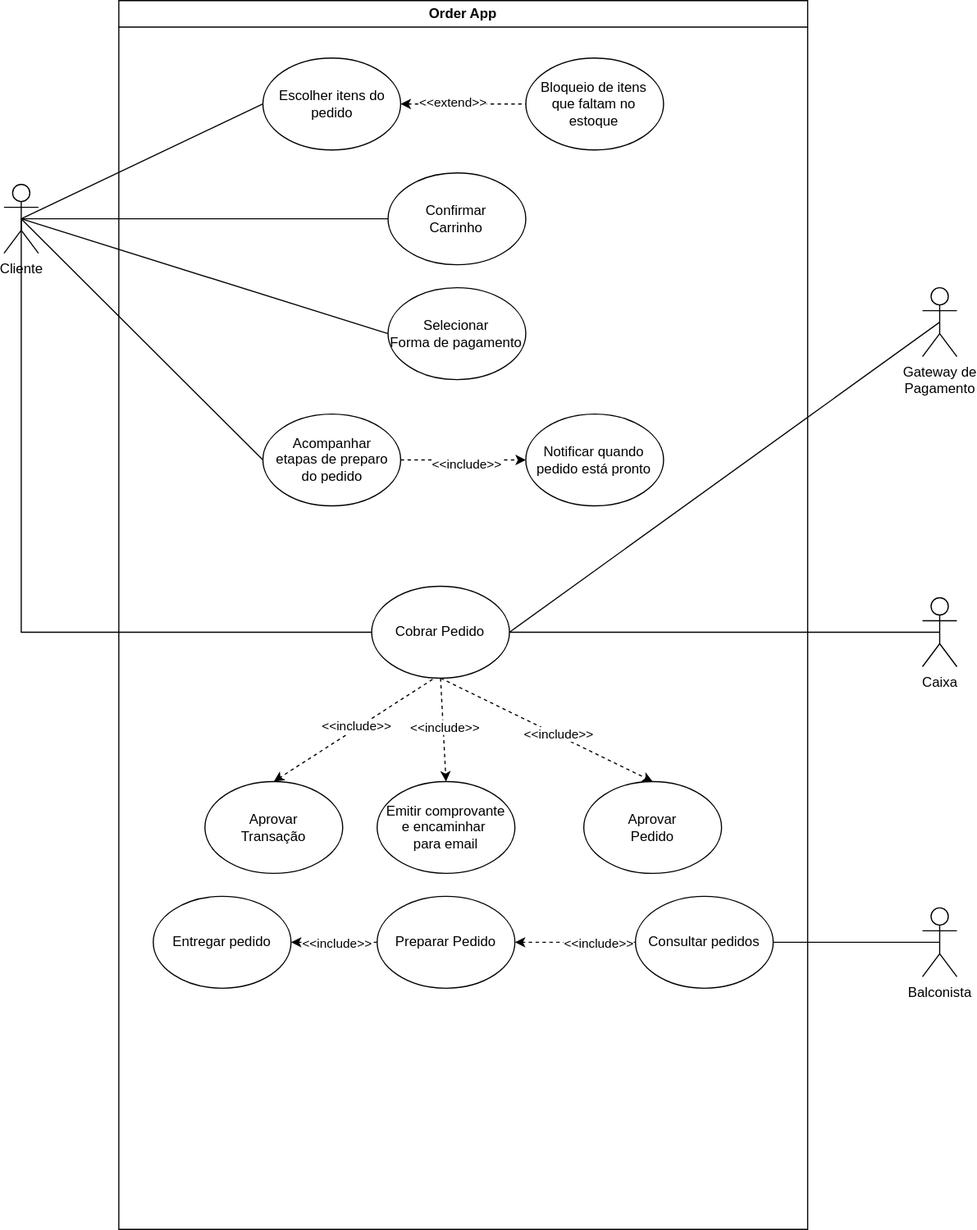
Above: Casos de uso/DG_CDU0001.svg in HenriqueAlvess33/Galeria-de-imagens (draw.io), before the change. Source tidied: cells renumbered, new cells last; positions are measured from the earlier drawing's top-left corner, leaving out a move shared by most shapes. The source it was exported from:
```xml
<mxGraphModel>
  <root>
    <mxCell id="0" />
    <mxCell id="1" parent="0" />
    <mxCell id="2" value="&lt;div&gt;Order App&lt;/div&gt;" style="swimlane;whiteSpace=wrap;html=1;" parent="1" vertex="1">
      <mxGeometry x="100" width="600" height="1070" as="geometry" />
    </mxCell>
    <mxCell id="3" value="Escolher itens do pedido" style="ellipse;whiteSpace=wrap;html=1;" parent="2" vertex="1">
      <mxGeometry x="125.5" y="50" width="120" height="80" as="geometry" />
    </mxCell>
    <mxCell id="4" value="Confirmar&lt;br&gt;Carrinho" style="ellipse;whiteSpace=wrap;html=1;" parent="2" vertex="1">
      <mxGeometry x="234.5" y="150" width="120" height="80" as="geometry" />
    </mxCell>
    <mxCell id="5" value="Cobrar Pedido" style="ellipse;whiteSpace=wrap;html=1;" parent="2" vertex="1">
      <mxGeometry x="220.2" y="510" width="120" height="80" as="geometry" />
    </mxCell>
    <mxCell id="6" value="Aprovar&lt;br&gt;Transação" style="ellipse;whiteSpace=wrap;html=1;" parent="2" vertex="1">
      <mxGeometry x="75" y="680" width="120" height="80" as="geometry" />
    </mxCell>
    <mxCell id="7" value="&lt;div&gt;Aprovar&lt;/div&gt;&lt;div&gt;Pedido&lt;/div&gt;" style="ellipse;whiteSpace=wrap;html=1;" parent="2" vertex="1">
      <mxGeometry x="405" y="680" width="120" height="80" as="geometry" />
    </mxCell>
    <mxCell id="8" style="endArrow=classic;dashed=1;html=1;rounded=0;endFill=1;exitX=0.442;exitY=1.013;exitDx=0;exitDy=0;exitPerimeter=0;entryX=0.5;entryY=0;entryDx=0;entryDy=0;" parent="2" edge="1" source="5" target="6">
      <mxGeometry relative="1" as="geometry" />
    </mxCell>
    <mxCell id="9" value="&amp;lt;&amp;lt;include&amp;gt;&amp;gt;" style="edgeLabel;html=1;align=center;verticalAlign=middle;" parent="8" vertex="1">
      <mxGeometry x="-0.05" y="-2" relative="1" as="geometry" />
    </mxCell>
    <mxCell id="10" style="endArrow=classic;dashed=1;html=1;rounded=0;endFill=1;exitX=0.5;exitY=1;exitDx=0;exitDy=0;entryX=0.5;entryY=0;entryDx=0;entryDy=0;" parent="2" edge="1" source="5" target="7">
      <mxGeometry relative="1" as="geometry" />
    </mxCell>
    <mxCell id="11" value="&amp;lt;&amp;lt;include&amp;gt;&amp;gt;" style="edgeLabel;html=1;align=center;verticalAlign=middle;" parent="10" vertex="1">
      <mxGeometry x="0.09" y="1" relative="1" as="geometry" />
    </mxCell>
    <mxCell id="12" value="&lt;div&gt;Selecionar&lt;/div&gt;&lt;div&gt;Forma de pagamento&lt;/div&gt;" style="ellipse;whiteSpace=wrap;html=1;" parent="2" vertex="1">
      <mxGeometry x="234.5" y="250" width="120" height="80" as="geometry" />
    </mxCell>
    <mxCell id="13" value="Preparar Pedido" style="ellipse;whiteSpace=wrap;html=1;" parent="2" vertex="1">
      <mxGeometry x="225" y="780" width="120" height="80" as="geometry" />
    </mxCell>
    <mxCell id="14" value="Entregar pedido" style="ellipse;whiteSpace=wrap;html=1;" parent="2" vertex="1">
      <mxGeometry x="30" y="780" width="120" height="80" as="geometry" />
    </mxCell>
    <mxCell id="15" value="&lt;div&gt;Bloqueio de itens&lt;/div&gt;&lt;div&gt;que faltam no&lt;/div&gt;&lt;div&gt;estoque&lt;/div&gt;" style="ellipse;whiteSpace=wrap;html=1;" parent="2" vertex="1">
      <mxGeometry x="354.5" y="50" width="120" height="80" as="geometry" />
    </mxCell>
    <mxCell id="16" style="endArrow=none;dashed=1;html=1;rounded=0;startArrow=classic;startFill=1;exitX=1;exitY=0.5;exitDx=0;exitDy=0;entryX=0;entryY=0.5;entryDx=0;entryDy=0;" parent="2" edge="1" source="3" target="15">
      <mxGeometry relative="1" as="geometry" />
    </mxCell>
    <mxCell id="17" value="&amp;lt;&amp;lt;extend&amp;gt;&amp;gt;" style="edgeLabel;html=1;align=center;verticalAlign=middle;" parent="16" vertex="1">
      <mxGeometry x="-0.18" y="2" relative="1" as="geometry" />
    </mxCell>
    <mxCell id="18" value="&lt;div&gt;Acompanhar&lt;/div&gt;&lt;div&gt;etapas de preparo&lt;/div&gt;&lt;div&gt;do pedido&lt;/div&gt;" style="ellipse;whiteSpace=wrap;html=1;" parent="2" vertex="1">
      <mxGeometry x="125.5" y="360" width="120" height="80" as="geometry" />
    </mxCell>
    <mxCell id="19" value="&lt;div&gt;Notificar quando&lt;/div&gt;&lt;div&gt;pedido está pronto&lt;/div&gt;" style="ellipse;whiteSpace=wrap;html=1;" parent="2" vertex="1">
      <mxGeometry x="354.5" y="360" width="120" height="80" as="geometry" />
    </mxCell>
    <mxCell id="20" style="endArrow=classic;dashed=1;html=1;rounded=0;endFill=1;exitX=1;exitY=0.5;exitDx=0;exitDy=0;entryX=0;entryY=0.5;entryDx=0;entryDy=0;" parent="2" edge="1" source="18" target="19">
      <mxGeometry relative="1" as="geometry" />
    </mxCell>
    <mxCell id="21" value="&amp;lt;&amp;lt;include&amp;gt;&amp;gt;" style="edgeLabel;html=1;align=center;verticalAlign=middle;" parent="20" vertex="1">
      <mxGeometry x="0.04" y="-3" relative="1" as="geometry" />
    </mxCell>
    <mxCell id="22" value="Consultar pedidos" style="ellipse;whiteSpace=wrap;html=1;" parent="2" vertex="1">
      <mxGeometry x="450" y="780" width="120" height="80" as="geometry" />
    </mxCell>
    <mxCell id="23" style="endArrow=classic;dashed=1;html=1;rounded=0;endFill=1;exitX=0;exitY=0.5;exitDx=0;exitDy=0;entryX=1;entryY=0.5;entryDx=0;entryDy=0;" parent="2" edge="1" source="22" target="13">
      <mxGeometry relative="1" as="geometry" />
    </mxCell>
    <mxCell id="24" value="&amp;lt;&amp;lt;include&amp;gt;&amp;gt;" style="edgeLabel;html=1;align=center;verticalAlign=middle;" parent="23" vertex="1">
      <mxGeometry x="-0.37" relative="1" as="geometry" />
    </mxCell>
    <mxCell id="25" value="&lt;div&gt;Emitir comprovante&lt;/div&gt;&lt;div&gt;e encaminhar&amp;nbsp;&lt;/div&gt;&lt;div&gt;para email&lt;/div&gt;" style="ellipse;whiteSpace=wrap;html=1;" parent="2" vertex="1">
      <mxGeometry x="225" y="680" width="120" height="80" as="geometry" />
    </mxCell>
    <mxCell id="26" style="endArrow=classic;dashed=1;html=1;rounded=0;endFill=1;exitX=0.5;exitY=1;exitDx=0;exitDy=0;entryX=0.5;entryY=0;entryDx=0;entryDy=0;" parent="2" edge="1" source="5" target="25">
      <mxGeometry relative="1" as="geometry" />
    </mxCell>
    <mxCell id="27" value="&amp;lt;&amp;lt;include&amp;gt;&amp;gt;" style="edgeLabel;html=1;align=center;verticalAlign=middle;" parent="26" vertex="1">
      <mxGeometry x="-0.06" y="1" relative="1" as="geometry" />
    </mxCell>
    <mxCell id="28" style="endArrow=classic;dashed=1;html=1;rounded=0;exitX=0;exitY=0.5;exitDx=0;exitDy=0;entryX=1;entryY=0.5;entryDx=0;entryDy=0;endFill=1;" parent="2" edge="1" source="13" target="14">
      <mxGeometry relative="1" as="geometry" />
    </mxCell>
    <mxCell id="29" value="&amp;lt;&amp;lt;include&amp;gt;&amp;gt;" style="edgeLabel;html=1;align=center;verticalAlign=middle;" parent="28" vertex="1">
      <mxGeometry x="-0.07" relative="1" as="geometry" />
    </mxCell>
    <mxCell id="30" value="Cliente" style="shape=umlActor;verticalLabelPosition=bottom;verticalAlign=top;html=1;outlineConnect=0;" parent="1" vertex="1">
      <mxGeometry y="160" width="30" height="60" as="geometry" />
    </mxCell>
    <mxCell id="31" value="Gateway de&lt;br&gt;&lt;div&gt;Pagamento&lt;/div&gt;" style="shape=umlActor;verticalLabelPosition=bottom;verticalAlign=top;html=1;outlineConnect=0;" parent="1" vertex="1">
      <mxGeometry x="800" y="250" width="30" height="60" as="geometry" />
    </mxCell>
    <mxCell id="32" value="Balconista" style="shape=umlActor;verticalLabelPosition=bottom;verticalAlign=top;html=1;outlineConnect=0;" parent="1" vertex="1">
      <mxGeometry x="800" y="790" width="30" height="60" as="geometry" />
    </mxCell>
    <mxCell id="33" value="Caixa" style="shape=umlActor;verticalLabelPosition=bottom;verticalAlign=top;html=1;outlineConnect=0;" parent="1" vertex="1">
      <mxGeometry x="800" y="520" width="30" height="60" as="geometry" />
    </mxCell>
    <mxCell id="34" style="endArrow=none;html=1;rounded=0;exitX=0.5;exitY=0.5;exitDx=0;exitDy=0;exitPerimeter=0;entryX=0;entryY=0.5;entryDx=0;entryDy=0;" parent="1" edge="1" source="30" target="3">
      <mxGeometry relative="1" as="geometry" />
    </mxCell>
    <mxCell id="35" style="endArrow=none;html=1;rounded=0;exitX=0.5;exitY=0.5;exitDx=0;exitDy=0;exitPerimeter=0;entryX=1;entryY=0.5;entryDx=0;entryDy=0;" parent="1" edge="1" source="31" target="5">
      <mxGeometry relative="1" as="geometry" />
    </mxCell>
    <mxCell id="36" style="endArrow=none;html=1;rounded=0;exitX=0.5;exitY=0.5;exitDx=0;exitDy=0;exitPerimeter=0;entryX=1;entryY=0.5;entryDx=0;entryDy=0;" parent="1" edge="1" source="33" target="5">
      <mxGeometry relative="1" as="geometry" />
    </mxCell>
    <mxCell id="37" style="endArrow=none;html=1;rounded=0;entryX=0;entryY=0.5;entryDx=0;entryDy=0;exitX=0.5;exitY=0.5;exitDx=0;exitDy=0;exitPerimeter=0;" parent="1" edge="1" source="30" target="12">
      <mxGeometry relative="1" as="geometry" />
    </mxCell>
    <mxCell id="38" style="endArrow=none;html=1;rounded=0;exitX=0.5;exitY=0.5;exitDx=0;exitDy=0;exitPerimeter=0;entryX=0;entryY=0.5;entryDx=0;entryDy=0;" parent="1" edge="1" source="30" target="4">
      <mxGeometry relative="1" as="geometry" />
    </mxCell>
    <mxCell id="39" style="endArrow=none;html=1;rounded=0;exitX=0.5;exitY=0.5;exitDx=0;exitDy=0;exitPerimeter=0;entryX=0;entryY=0.5;entryDx=0;entryDy=0;" parent="1" edge="1" source="30" target="18">
      <mxGeometry relative="1" as="geometry" />
    </mxCell>
    <mxCell id="40" style="endArrow=none;html=1;rounded=0;exitX=1;exitY=0.5;exitDx=0;exitDy=0;entryX=0.5;entryY=0.5;entryDx=0;entryDy=0;entryPerimeter=0;" parent="1" edge="1" source="22" target="32">
      <mxGeometry relative="1" as="geometry" />
    </mxCell>
    <mxCell id="41" style="endArrow=none;html=1;rounded=0;exitX=0.5;exitY=0.5;exitDx=0;exitDy=0;exitPerimeter=0;entryX=0;entryY=0.5;entryDx=0;entryDy=0;" parent="1" edge="1" source="30" target="5">
      <mxGeometry relative="1" as="geometry">
        <Array as="points">
          <mxPoint x="15" y="550" />
        </Array>
      </mxGeometry>
    </mxCell>
  </root>
</mxGraphModel>
```
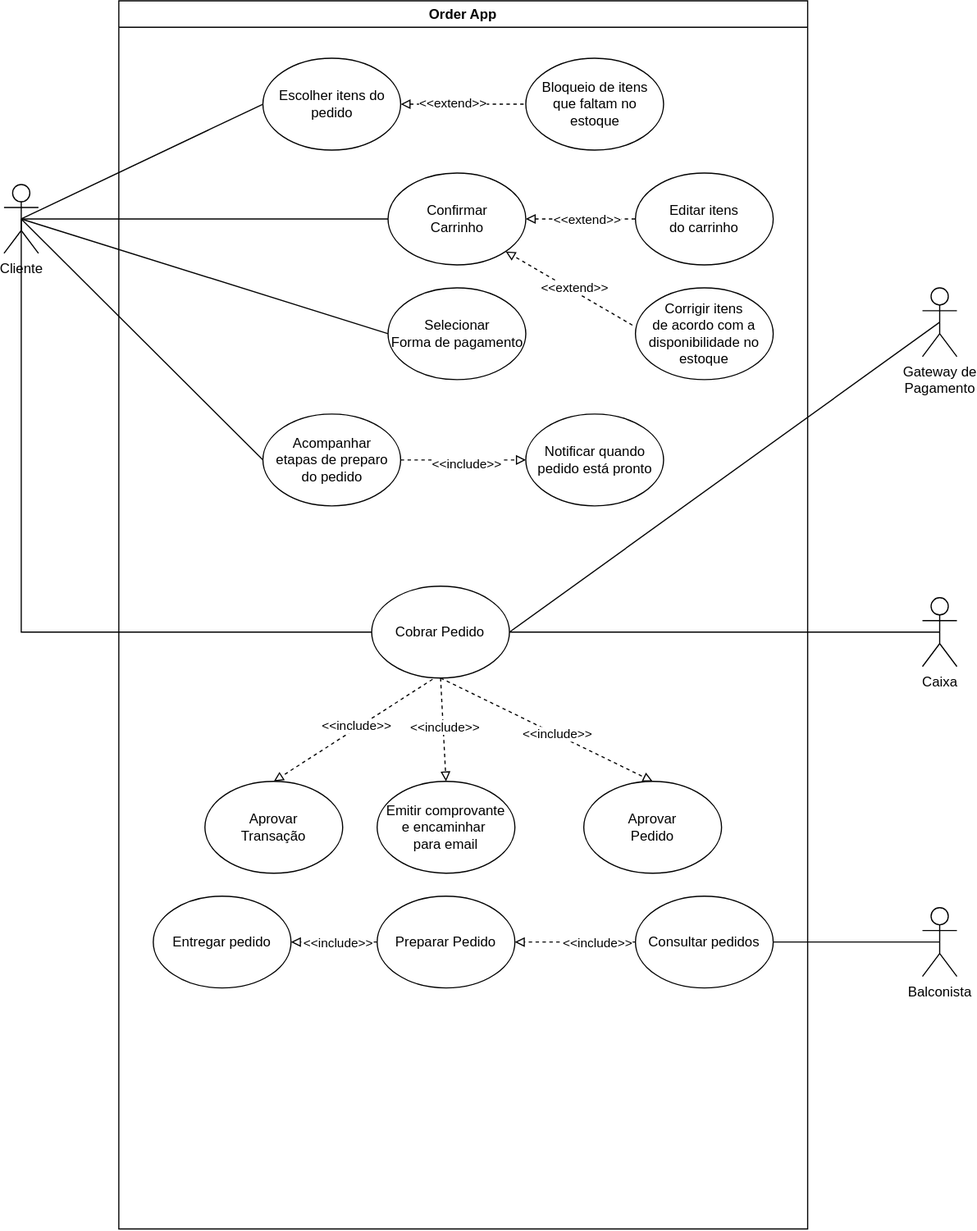
After the commit.

The edit, as a diff of the source:
```diff
@@ -20,13 +20,13 @@
     <mxCell id="7" value="&lt;div&gt;Aprovar&lt;/div&gt;&lt;div&gt;Pedido&lt;/div&gt;" style="ellipse;whiteSpace=wrap;html=1;" parent="2" vertex="1">
       <mxGeometry x="405" y="680" width="120" height="80" as="geometry" />
     </mxCell>
-    <mxCell id="8" style="endArrow=classic;dashed=1;html=1;rounded=0;endFill=1;exitX=0.442;exitY=1.013;exitDx=0;exitDy=0;exitPerimeter=0;entryX=0.5;entryY=0;entryDx=0;entryDy=0;" parent="2" edge="1" source="5" target="6">
+    <mxCell id="8" style="endArrow=block;dashed=1;html=1;rounded=0;endFill=0;exitX=0.442;exitY=1.013;exitDx=0;exitDy=0;exitPerimeter=0;entryX=0.5;entryY=0;entryDx=0;entryDy=0;" parent="2" edge="1" source="5" target="6">
       <mxGeometry relative="1" as="geometry" />
     </mxCell>
     <mxCell id="9" value="&amp;lt;&amp;lt;include&amp;gt;&amp;gt;" style="edgeLabel;html=1;align=center;verticalAlign=middle;" parent="8" vertex="1">
       <mxGeometry x="-0.05" y="-2" relative="1" as="geometry" />
     </mxCell>
-    <mxCell id="10" style="endArrow=classic;dashed=1;html=1;rounded=0;endFill=1;exitX=0.5;exitY=1;exitDx=0;exitDy=0;entryX=0.5;entryY=0;entryDx=0;entryDy=0;" parent="2" edge="1" source="5" target="7">
+    <mxCell id="10" style="endArrow=block;dashed=1;html=1;rounded=0;endFill=0;exitX=0.5;exitY=1;exitDx=0;exitDy=0;entryX=0.5;entryY=0;entryDx=0;entryDy=0;" parent="2" edge="1" source="5" target="7">
       <mxGeometry relative="1" as="geometry" />
     </mxCell>
     <mxCell id="11" value="&amp;lt;&amp;lt;include&amp;gt;&amp;gt;" style="edgeLabel;html=1;align=center;verticalAlign=middle;" parent="10" vertex="1">
@@ -44,7 +44,7 @@
     <mxCell id="15" value="&lt;div&gt;Bloqueio de itens&lt;/div&gt;&lt;div&gt;que faltam no&lt;/div&gt;&lt;div&gt;estoque&lt;/div&gt;" style="ellipse;whiteSpace=wrap;html=1;" parent="2" vertex="1">
       <mxGeometry x="354.5" y="50" width="120" height="80" as="geometry" />
     </mxCell>
-    <mxCell id="16" style="endArrow=none;dashed=1;html=1;rounded=0;startArrow=classic;startFill=1;exitX=1;exitY=0.5;exitDx=0;exitDy=0;entryX=0;entryY=0.5;entryDx=0;entryDy=0;" parent="2" edge="1" source="3" target="15">
+    <mxCell id="16" style="endArrow=none;dashed=1;html=1;rounded=0;startArrow=block;startFill=0;exitX=1;exitY=0.5;exitDx=0;exitDy=0;entryX=0;entryY=0.5;entryDx=0;entryDy=0;" parent="2" edge="1" source="3" target="15">
       <mxGeometry relative="1" as="geometry" />
     </mxCell>
     <mxCell id="17" value="&amp;lt;&amp;lt;extend&amp;gt;&amp;gt;" style="edgeLabel;html=1;align=center;verticalAlign=middle;" parent="16" vertex="1">
@@ -56,7 +56,7 @@
     <mxCell id="19" value="&lt;div&gt;Notificar quando&lt;/div&gt;&lt;div&gt;pedido está pronto&lt;/div&gt;" style="ellipse;whiteSpace=wrap;html=1;" parent="2" vertex="1">
       <mxGeometry x="354.5" y="360" width="120" height="80" as="geometry" />
     </mxCell>
-    <mxCell id="20" style="endArrow=classic;dashed=1;html=1;rounded=0;endFill=1;exitX=1;exitY=0.5;exitDx=0;exitDy=0;entryX=0;entryY=0.5;entryDx=0;entryDy=0;" parent="2" edge="1" source="18" target="19">
+    <mxCell id="20" style="endArrow=block;dashed=1;html=1;rounded=0;endFill=0;exitX=1;exitY=0.5;exitDx=0;exitDy=0;entryX=0;entryY=0.5;entryDx=0;entryDy=0;" parent="2" edge="1" source="18" target="19">
       <mxGeometry relative="1" as="geometry" />
     </mxCell>
     <mxCell id="21" value="&amp;lt;&amp;lt;include&amp;gt;&amp;gt;" style="edgeLabel;html=1;align=center;verticalAlign=middle;" parent="20" vertex="1">
@@ -65,7 +65,7 @@
     <mxCell id="22" value="Consultar pedidos" style="ellipse;whiteSpace=wrap;html=1;" parent="2" vertex="1">
       <mxGeometry x="450" y="780" width="120" height="80" as="geometry" />
     </mxCell>
-    <mxCell id="23" style="endArrow=classic;dashed=1;html=1;rounded=0;endFill=1;exitX=0;exitY=0.5;exitDx=0;exitDy=0;entryX=1;entryY=0.5;entryDx=0;entryDy=0;" parent="2" edge="1" source="22" target="13">
+    <mxCell id="23" style="endArrow=block;dashed=1;html=1;rounded=0;endFill=0;exitX=0;exitY=0.5;exitDx=0;exitDy=0;entryX=1;entryY=0.5;entryDx=0;entryDy=0;" parent="2" edge="1" source="22" target="13">
       <mxGeometry relative="1" as="geometry" />
     </mxCell>
     <mxCell id="24" value="&amp;lt;&amp;lt;include&amp;gt;&amp;gt;" style="edgeLabel;html=1;align=center;verticalAlign=middle;" parent="23" vertex="1">
@@ -74,18 +74,36 @@
     <mxCell id="25" value="&lt;div&gt;Emitir comprovante&lt;/div&gt;&lt;div&gt;e encaminhar&amp;nbsp;&lt;/div&gt;&lt;div&gt;para email&lt;/div&gt;" style="ellipse;whiteSpace=wrap;html=1;" parent="2" vertex="1">
       <mxGeometry x="225" y="680" width="120" height="80" as="geometry" />
     </mxCell>
-    <mxCell id="26" style="endArrow=classic;dashed=1;html=1;rounded=0;endFill=1;exitX=0.5;exitY=1;exitDx=0;exitDy=0;entryX=0.5;entryY=0;entryDx=0;entryDy=0;" parent="2" edge="1" source="5" target="25">
+    <mxCell id="26" style="endArrow=block;dashed=1;html=1;rounded=0;endFill=0;exitX=0.5;exitY=1;exitDx=0;exitDy=0;entryX=0.5;entryY=0;entryDx=0;entryDy=0;" parent="2" edge="1" source="5" target="25">
       <mxGeometry relative="1" as="geometry" />
     </mxCell>
     <mxCell id="27" value="&amp;lt;&amp;lt;include&amp;gt;&amp;gt;" style="edgeLabel;html=1;align=center;verticalAlign=middle;" parent="26" vertex="1">
       <mxGeometry x="-0.06" y="1" relative="1" as="geometry" />
     </mxCell>
-    <mxCell id="28" style="endArrow=classic;dashed=1;html=1;rounded=0;exitX=0;exitY=0.5;exitDx=0;exitDy=0;entryX=1;entryY=0.5;entryDx=0;entryDy=0;endFill=1;" parent="2" edge="1" source="13" target="14">
+    <mxCell id="28" style="endArrow=block;dashed=1;html=1;rounded=0;exitX=0;exitY=0.5;exitDx=0;exitDy=0;entryX=1;entryY=0.5;entryDx=0;entryDy=0;endFill=0;" parent="2" edge="1" source="13" target="14">
       <mxGeometry relative="1" as="geometry" />
     </mxCell>
     <mxCell id="29" value="&amp;lt;&amp;lt;include&amp;gt;&amp;gt;" style="edgeLabel;html=1;align=center;verticalAlign=middle;" parent="28" vertex="1">
       <mxGeometry x="-0.07" relative="1" as="geometry" />
     </mxCell>
+    <mxCell id="42" value="Editar itens&lt;br&gt;do carrinho" style="ellipse;whiteSpace=wrap;html=1;" parent="2" vertex="1">
+      <mxGeometry x="450" y="150" width="120" height="80" as="geometry" />
+    </mxCell>
+    <mxCell id="43" style="endArrow=none;dashed=1;html=1;rounded=0;startArrow=block;startFill=0;entryX=0;entryY=0.5;entryDx=0;entryDy=0;exitX=1;exitY=0.5;exitDx=0;exitDy=0;" parent="2" edge="1" source="4" target="42">
+      <mxGeometry relative="1" as="geometry" />
+    </mxCell>
+    <mxCell id="44" value="&amp;lt;&amp;lt;extend&amp;gt;&amp;gt;" style="edgeLabel;html=1;align=center;verticalAlign=middle;" parent="43" vertex="1">
+      <mxGeometry x="0.11" relative="1" as="geometry" />
+    </mxCell>
+    <mxCell id="45" value="Corrigir itens&lt;br&gt;de acordo com a&lt;br&gt;disponibilidade no&lt;br&gt;estoque" style="ellipse;whiteSpace=wrap;html=1;" parent="2" vertex="1">
+      <mxGeometry x="450" y="250" width="120" height="80" as="geometry" />
+    </mxCell>
+    <mxCell id="46" style="endArrow=block;dashed=1;html=1;rounded=0;entryX=1;entryY=1;entryDx=0;entryDy=0;exitX=-0.022;exitY=0.407;exitDx=0;exitDy=0;exitPerimeter=0;endFill=0;" parent="2" edge="1" source="45" target="4">
+      <mxGeometry relative="1" as="geometry" />
+    </mxCell>
+    <mxCell id="47" value="&amp;lt;&amp;lt;extend&amp;gt;&amp;gt;" style="edgeLabel;html=1;align=center;verticalAlign=middle;" parent="46" vertex="1">
+      <mxGeometry x="-0.05" y="-3" relative="1" as="geometry" />
+    </mxCell>
     <mxCell id="30" value="Cliente" style="shape=umlActor;verticalLabelPosition=bottom;verticalAlign=top;html=1;outlineConnect=0;" parent="1" vertex="1">
       <mxGeometry y="160" width="30" height="60" as="geometry" />
     </mxCell>
```
